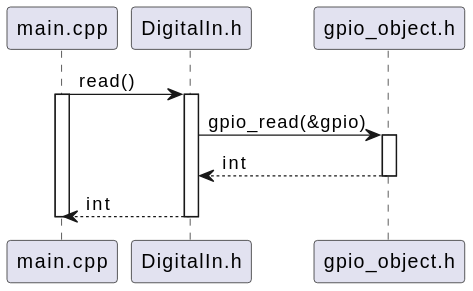
Earlier version of the PlantUML export ai-design/sequence/button.read__.svg (Bhagyani08/test_project).
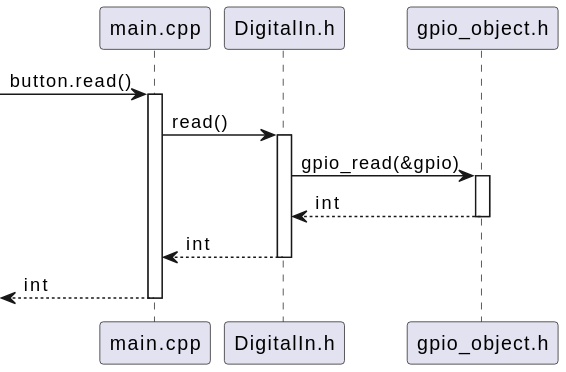
After the change.

Commit message:
Auto-update AI design diagrams

The edit, as a diff of the source:
```diff
@@ -1,19 +1,18 @@
 @startuml
-participant "main.cpp" as Main
-participant "DigitalIn.h" as DigitalIn
-participant "gpio_object.h" as gpio_object
+participant "main.cpp" as main_cpp
+participant "DigitalIn.h" as digitalin_h
+participant "gpio_object.h" as gpio_object_h
 
-Main -> DigitalIn : read()
-activate Main
-activate DigitalIn
-
-DigitalIn -> gpio_object : gpio_read(&gpio)
-activate gpio_object
-
-gpio_object --> DigitalIn : int
-deactivate gpio_object
-
-DigitalIn --> Main : int
-deactivate DigitalIn
-deactivate Main
+[-> main_cpp : button.read()
+activate main_cpp
+main_cpp -> digitalin_h : read()
+activate digitalin_h
+digitalin_h -> gpio_object_h : gpio_read(&gpio)
+activate gpio_object_h
+gpio_object_h --> digitalin_h : int
+deactivate gpio_object_h
+digitalin_h --> main_cpp : int
+deactivate digitalin_h
+[<-- main_cpp : int
+deactivate main_cpp
 @enduml
```
